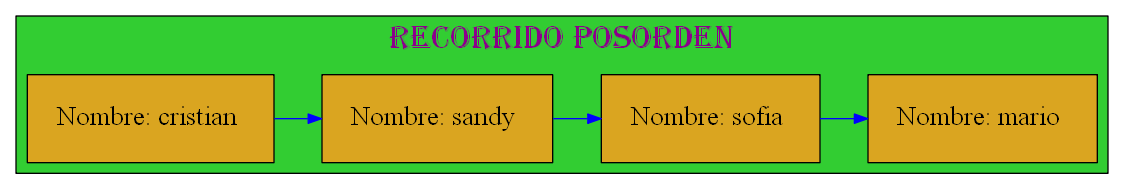
mariotun/EDD_1S2020_PY1_201602942 keeps this Graphviz diagram as Graficas/Recorrido_Posorden.dot.png. Above is the earlier version. Its source is kept beside it as Graficas/Recorrido_Posorden.dot.
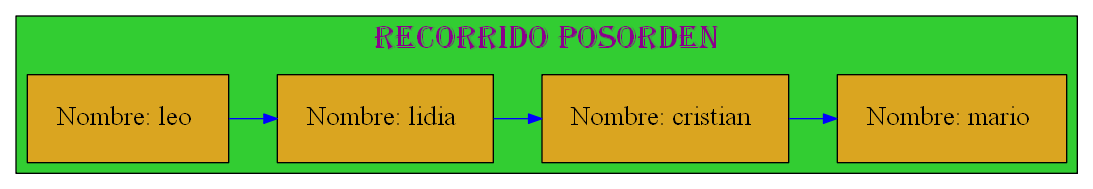
The same file after the commit.

The edit, as a diff of the source:
```diff
@@ -13,12 +13,12 @@
 node[margin=0.3 shape=box style=filled fontcolor=black fillcolor=goldenrod fontsize=20];
 {rank=same;
 
-25770475984[label="Nombre: cristian " ];
-25770476192[label="Nombre: sandy " ];
-25770476384[label="Nombre: sofia " ];
-25770475776[label="Nombre: mario " ];
+25770483872[label="Nombre: leo " ];
+25770484528[label="Nombre: lidia " ];
+25770483472[label="Nombre: cristian " ];
+25770483616[label="Nombre: mario " ];
 };
-25770475984 -> 25770476192 -> 25770476384 -> 25770475776
+25770483872 -> 25770484528 -> 25770483472 -> 25770483616
 
 [color=blue ];
 }
```
